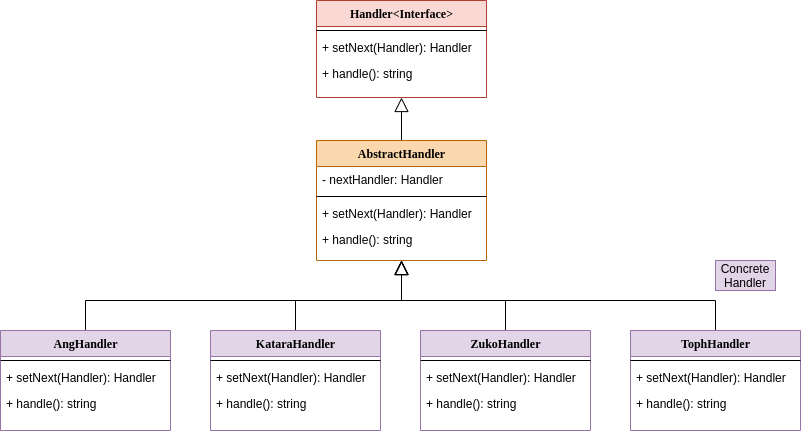
The draw.io diagram assets/behavioral/Chain.png in nicolaskruger/designPatterns, before a commit. Source tidied: cells renumbered, new cells last; positions are measured from the earlier drawing's top-left corner, leaving out a move shared by most shapes. Source of this version:
```xml
<mxGraphModel background="#ffffff">
  <root>
    <mxCell id="0" />
    <mxCell id="1" parent="0" />
    <mxCell id="2" style="edgeStyle=orthogonalEdgeStyle;rounded=0;jettySize=auto;html=1;exitX=0.5;exitY=1;exitDx=0;exitDy=0;entryX=0.5;entryY=0;entryDx=0;entryDy=0;startArrow=block;startFill=0;startSize=12;endArrow=none;endFill=0;" parent="1" edge="1" source="3" target="11">
      <mxGeometry relative="1" as="geometry" />
    </mxCell>
    <mxCell id="3" value="Handler&amp;lt;Interface&amp;gt;" style="swimlane;html=1;fontStyle=1;align=center;verticalAlign=top;horizontal=1;startSize=26;swimlaneFillColor=#ffffff;rounded=0;shadow=0;comic=0;labelBackgroundColor=none;strokeWidth=1;fillColor=#fad9d5;fontFamily=Verdana;fontSize=12;strokeColor=#ae4132;" parent="1" vertex="1">
      <mxGeometry x="316" width="170" height="97" as="geometry" />
    </mxCell>
    <mxCell id="4" style="line;html=1;strokeWidth=1;fillColor=none;align=left;verticalAlign=middle;spacingTop=-1;spacingLeft=3;spacingRight=3;labelPosition=right;" parent="3" vertex="1">
      <mxGeometry y="26" width="170" height="8" as="geometry" />
    </mxCell>
    <mxCell id="5" value="+ setNext(Handler): Handler" style="text;html=1;strokeColor=none;fillColor=none;align=left;verticalAlign=top;spacingLeft=4;spacingRight=4;whiteSpace=wrap;overflow=hidden;" parent="3" vertex="1">
      <mxGeometry y="34" width="170" height="26" as="geometry" />
    </mxCell>
    <mxCell id="6" value="+ handle(): string" style="text;html=1;strokeColor=none;fillColor=none;align=left;verticalAlign=top;spacingLeft=4;spacingRight=4;whiteSpace=wrap;overflow=hidden;" parent="3" vertex="1">
      <mxGeometry y="60" width="170" height="26" as="geometry" />
    </mxCell>
    <mxCell id="7" style="edgeStyle=orthogonalEdgeStyle;rounded=0;jettySize=auto;html=1;exitX=0.5;exitY=1;exitDx=0;exitDy=0;startArrow=block;startFill=0;startSize=12;endArrow=none;endFill=0;" parent="1" edge="1" source="11" target="24">
      <mxGeometry relative="1" as="geometry" />
    </mxCell>
    <mxCell id="8" style="edgeStyle=orthogonalEdgeStyle;rounded=0;jettySize=auto;html=1;exitX=0.5;exitY=1;exitDx=0;exitDy=0;startArrow=block;startFill=0;startSize=12;endArrow=none;endFill=0;" parent="1" edge="1" source="11" target="28">
      <mxGeometry relative="1" as="geometry" />
    </mxCell>
    <mxCell id="9" style="edgeStyle=orthogonalEdgeStyle;rounded=0;jettySize=auto;html=1;exitX=0.5;exitY=1;exitDx=0;exitDy=0;startArrow=block;startFill=0;startSize=12;endArrow=none;endFill=0;" parent="1" edge="1" source="11" target="20">
      <mxGeometry relative="1" as="geometry" />
    </mxCell>
    <mxCell id="10" style="edgeStyle=orthogonalEdgeStyle;rounded=0;jettySize=auto;html=1;exitX=0.5;exitY=1;exitDx=0;exitDy=0;entryX=0.5;entryY=0;entryDx=0;entryDy=0;startArrow=block;startFill=0;startSize=12;endArrow=none;endFill=0;" parent="1" edge="1" source="11" target="16">
      <mxGeometry relative="1" as="geometry" />
    </mxCell>
    <mxCell id="11" value="AbstractHandler" style="swimlane;html=1;fontStyle=1;align=center;verticalAlign=top;horizontal=1;startSize=26;swimlaneFillColor=#ffffff;rounded=0;shadow=0;comic=0;labelBackgroundColor=none;strokeWidth=1;fillColor=#fad7ac;fontFamily=Verdana;fontSize=12;strokeColor=#b46504;" parent="1" vertex="1">
      <mxGeometry x="316" y="140" width="170" height="120" as="geometry" />
    </mxCell>
    <mxCell id="12" value="- nextHandler: Handler" style="text;html=1;strokeColor=none;fillColor=none;align=left;verticalAlign=top;spacingLeft=4;spacingRight=4;whiteSpace=wrap;overflow=hidden;" parent="11" vertex="1">
      <mxGeometry y="26" width="170" height="26" as="geometry" />
    </mxCell>
    <mxCell id="13" style="line;html=1;strokeWidth=1;fillColor=none;align=left;verticalAlign=middle;spacingTop=-1;spacingLeft=3;spacingRight=3;labelPosition=right;" parent="11" vertex="1">
      <mxGeometry y="52" width="170" height="8" as="geometry" />
    </mxCell>
    <mxCell id="14" value="+ setNext(Handler): Handler" style="text;html=1;strokeColor=none;fillColor=none;align=left;verticalAlign=top;spacingLeft=4;spacingRight=4;whiteSpace=wrap;overflow=hidden;" parent="11" vertex="1">
      <mxGeometry y="60" width="170" height="26" as="geometry" />
    </mxCell>
    <mxCell id="15" value="+ handle(): string" style="text;html=1;strokeColor=none;fillColor=none;align=left;verticalAlign=top;spacingLeft=4;spacingRight=4;whiteSpace=wrap;overflow=hidden;" parent="11" vertex="1">
      <mxGeometry y="86" width="170" height="26" as="geometry" />
    </mxCell>
    <mxCell id="16" value="AngHandler" style="swimlane;html=1;fontStyle=1;align=center;verticalAlign=top;horizontal=1;startSize=26;swimlaneFillColor=#ffffff;rounded=0;shadow=0;comic=0;labelBackgroundColor=none;strokeWidth=1;fontFamily=Verdana;fontSize=12;fillColor=#e1d5e7;strokeColor=#9673a6;" parent="1" vertex="1">
      <mxGeometry y="330" width="170" height="100" as="geometry" />
    </mxCell>
    <mxCell id="17" style="line;html=1;strokeWidth=1;fillColor=none;align=left;verticalAlign=middle;spacingTop=-1;spacingLeft=3;spacingRight=3;labelPosition=right;" parent="16" vertex="1">
      <mxGeometry y="26" width="170" height="8" as="geometry" />
    </mxCell>
    <mxCell id="18" value="+ setNext(Handler): Handler" style="text;html=1;strokeColor=none;fillColor=none;align=left;verticalAlign=top;spacingLeft=4;spacingRight=4;whiteSpace=wrap;overflow=hidden;" parent="16" vertex="1">
      <mxGeometry y="34" width="170" height="26" as="geometry" />
    </mxCell>
    <mxCell id="19" value="+ handle(): string" style="text;html=1;strokeColor=none;fillColor=none;align=left;verticalAlign=top;spacingLeft=4;spacingRight=4;whiteSpace=wrap;overflow=hidden;" parent="16" vertex="1">
      <mxGeometry y="60" width="170" height="26" as="geometry" />
    </mxCell>
    <mxCell id="20" value="KataraHandler" style="swimlane;html=1;fontStyle=1;align=center;verticalAlign=top;horizontal=1;startSize=26;swimlaneFillColor=#ffffff;rounded=0;shadow=0;comic=0;labelBackgroundColor=none;strokeWidth=1;fillColor=#e1d5e7;fontFamily=Verdana;fontSize=12;strokeColor=#9673a6;" parent="1" vertex="1">
      <mxGeometry x="210" y="330" width="170" height="100" as="geometry" />
    </mxCell>
    <mxCell id="21" style="line;html=1;strokeWidth=1;fillColor=none;align=left;verticalAlign=middle;spacingTop=-1;spacingLeft=3;spacingRight=3;labelPosition=right;" parent="20" vertex="1">
      <mxGeometry y="26" width="170" height="8" as="geometry" />
    </mxCell>
    <mxCell id="22" value="+ setNext(Handler): Handler" style="text;html=1;strokeColor=none;fillColor=none;align=left;verticalAlign=top;spacingLeft=4;spacingRight=4;whiteSpace=wrap;overflow=hidden;" parent="20" vertex="1">
      <mxGeometry y="34" width="170" height="26" as="geometry" />
    </mxCell>
    <mxCell id="23" value="+ handle(): string" style="text;html=1;strokeColor=none;fillColor=none;align=left;verticalAlign=top;spacingLeft=4;spacingRight=4;whiteSpace=wrap;overflow=hidden;" parent="20" vertex="1">
      <mxGeometry y="60" width="170" height="26" as="geometry" />
    </mxCell>
    <mxCell id="24" value="ZukoHandler" style="swimlane;html=1;fontStyle=1;align=center;verticalAlign=top;horizontal=1;startSize=26;swimlaneFillColor=#ffffff;rounded=0;shadow=0;comic=0;labelBackgroundColor=none;strokeWidth=1;fillColor=#e1d5e7;fontFamily=Verdana;fontSize=12;strokeColor=#9673a6;" parent="1" vertex="1">
      <mxGeometry x="420" y="330" width="170" height="100" as="geometry" />
    </mxCell>
    <mxCell id="25" style="line;html=1;strokeWidth=1;fillColor=none;align=left;verticalAlign=middle;spacingTop=-1;spacingLeft=3;spacingRight=3;labelPosition=right;" parent="24" vertex="1">
      <mxGeometry y="26" width="170" height="8" as="geometry" />
    </mxCell>
    <mxCell id="26" value="+ setNext(Handler): Handler" style="text;html=1;strokeColor=none;fillColor=none;align=left;verticalAlign=top;spacingLeft=4;spacingRight=4;whiteSpace=wrap;overflow=hidden;" parent="24" vertex="1">
      <mxGeometry y="34" width="170" height="26" as="geometry" />
    </mxCell>
    <mxCell id="27" value="+ handle(): string" style="text;html=1;strokeColor=none;fillColor=none;align=left;verticalAlign=top;spacingLeft=4;spacingRight=4;whiteSpace=wrap;overflow=hidden;" parent="24" vertex="1">
      <mxGeometry y="60" width="170" height="26" as="geometry" />
    </mxCell>
    <mxCell id="28" value="TophHandler" style="swimlane;html=1;fontStyle=1;align=center;verticalAlign=top;horizontal=1;startSize=26;swimlaneFillColor=#ffffff;rounded=0;shadow=0;comic=0;labelBackgroundColor=none;strokeWidth=1;fillColor=#e1d5e7;fontFamily=Verdana;fontSize=12;strokeColor=#9673a6;" parent="1" vertex="1">
      <mxGeometry x="630" y="330" width="170" height="100" as="geometry" />
    </mxCell>
    <mxCell id="29" style="line;html=1;strokeWidth=1;fillColor=none;align=left;verticalAlign=middle;spacingTop=-1;spacingLeft=3;spacingRight=3;labelPosition=right;" parent="28" vertex="1">
      <mxGeometry y="26" width="170" height="8" as="geometry" />
    </mxCell>
    <mxCell id="30" value="+ setNext(Handler): Handler" style="text;html=1;strokeColor=none;fillColor=none;align=left;verticalAlign=top;spacingLeft=4;spacingRight=4;whiteSpace=wrap;overflow=hidden;" parent="28" vertex="1">
      <mxGeometry y="34" width="170" height="26" as="geometry" />
    </mxCell>
    <mxCell id="31" value="+ handle(): string" style="text;html=1;strokeColor=none;fillColor=none;align=left;verticalAlign=top;spacingLeft=4;spacingRight=4;whiteSpace=wrap;overflow=hidden;" parent="28" vertex="1">
      <mxGeometry y="60" width="170" height="26" as="geometry" />
    </mxCell>
    <mxCell id="32" value="Concrete Handler" style="text;html=1;strokeColor=#9673a6;fillColor=#e1d5e7;align=center;verticalAlign=middle;whiteSpace=wrap;rounded=0;" parent="1" vertex="1">
      <mxGeometry x="715" y="260" width="60" height="30" as="geometry" />
    </mxCell>
  </root>
</mxGraphModel>
```
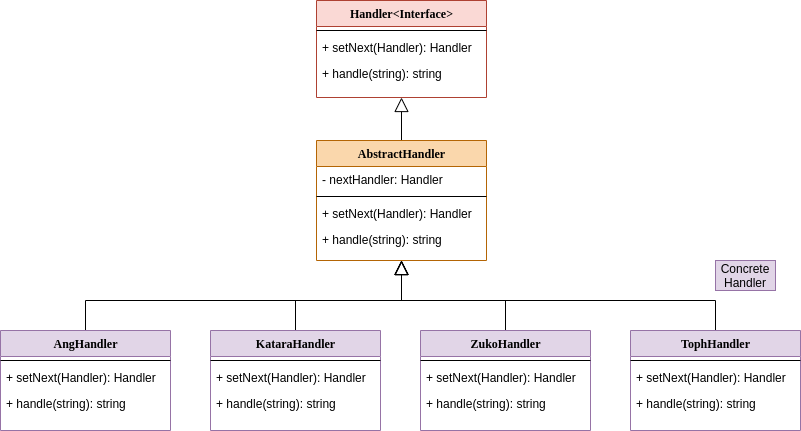
After the commit.

Diff of the diagram source:
```diff
@@ -14,7 +14,7 @@
     <mxCell id="5" value="+ setNext(Handler): Handler" style="text;html=1;strokeColor=none;fillColor=none;align=left;verticalAlign=top;spacingLeft=4;spacingRight=4;whiteSpace=wrap;overflow=hidden;" parent="3" vertex="1">
       <mxGeometry y="34" width="170" height="26" as="geometry" />
     </mxCell>
-    <mxCell id="6" value="+ handle(): string" style="text;html=1;strokeColor=none;fillColor=none;align=left;verticalAlign=top;spacingLeft=4;spacingRight=4;whiteSpace=wrap;overflow=hidden;" parent="3" vertex="1">
+    <mxCell id="6" value="+ handle(string): string" style="text;html=1;strokeColor=none;fillColor=none;align=left;verticalAlign=top;spacingLeft=4;spacingRight=4;whiteSpace=wrap;overflow=hidden;" parent="3" vertex="1">
       <mxGeometry y="60" width="170" height="26" as="geometry" />
     </mxCell>
     <mxCell id="7" style="edgeStyle=orthogonalEdgeStyle;rounded=0;jettySize=auto;html=1;exitX=0.5;exitY=1;exitDx=0;exitDy=0;startArrow=block;startFill=0;startSize=12;endArrow=none;endFill=0;" parent="1" edge="1" source="11" target="24">
@@ -41,7 +41,7 @@
     <mxCell id="14" value="+ setNext(Handler): Handler" style="text;html=1;strokeColor=none;fillColor=none;align=left;verticalAlign=top;spacingLeft=4;spacingRight=4;whiteSpace=wrap;overflow=hidden;" parent="11" vertex="1">
       <mxGeometry y="60" width="170" height="26" as="geometry" />
     </mxCell>
-    <mxCell id="15" value="+ handle(): string" style="text;html=1;strokeColor=none;fillColor=none;align=left;verticalAlign=top;spacingLeft=4;spacingRight=4;whiteSpace=wrap;overflow=hidden;" parent="11" vertex="1">
+    <mxCell id="15" value="+ handle(string): string" style="text;html=1;strokeColor=none;fillColor=none;align=left;verticalAlign=top;spacingLeft=4;spacingRight=4;whiteSpace=wrap;overflow=hidden;" parent="11" vertex="1">
       <mxGeometry y="86" width="170" height="26" as="geometry" />
     </mxCell>
     <mxCell id="16" value="AngHandler" style="swimlane;html=1;fontStyle=1;align=center;verticalAlign=top;horizontal=1;startSize=26;swimlaneFillColor=#ffffff;rounded=0;shadow=0;comic=0;labelBackgroundColor=none;strokeWidth=1;fontFamily=Verdana;fontSize=12;fillColor=#e1d5e7;strokeColor=#9673a6;" parent="1" vertex="1">
@@ -53,7 +53,7 @@
     <mxCell id="18" value="+ setNext(Handler): Handler" style="text;html=1;strokeColor=none;fillColor=none;align=left;verticalAlign=top;spacingLeft=4;spacingRight=4;whiteSpace=wrap;overflow=hidden;" parent="16" vertex="1">
       <mxGeometry y="34" width="170" height="26" as="geometry" />
     </mxCell>
-    <mxCell id="19" value="+ handle(): string" style="text;html=1;strokeColor=none;fillColor=none;align=left;verticalAlign=top;spacingLeft=4;spacingRight=4;whiteSpace=wrap;overflow=hidden;" parent="16" vertex="1">
+    <mxCell id="19" value="+ handle(string): string" style="text;html=1;strokeColor=none;fillColor=none;align=left;verticalAlign=top;spacingLeft=4;spacingRight=4;whiteSpace=wrap;overflow=hidden;" parent="16" vertex="1">
       <mxGeometry y="60" width="170" height="26" as="geometry" />
     </mxCell>
     <mxCell id="20" value="KataraHandler" style="swimlane;html=1;fontStyle=1;align=center;verticalAlign=top;horizontal=1;startSize=26;swimlaneFillColor=#ffffff;rounded=0;shadow=0;comic=0;labelBackgroundColor=none;strokeWidth=1;fillColor=#e1d5e7;fontFamily=Verdana;fontSize=12;strokeColor=#9673a6;" parent="1" vertex="1">
@@ -65,7 +65,7 @@
     <mxCell id="22" value="+ setNext(Handler): Handler" style="text;html=1;strokeColor=none;fillColor=none;align=left;verticalAlign=top;spacingLeft=4;spacingRight=4;whiteSpace=wrap;overflow=hidden;" parent="20" vertex="1">
       <mxGeometry y="34" width="170" height="26" as="geometry" />
     </mxCell>
-    <mxCell id="23" value="+ handle(): string" style="text;html=1;strokeColor=none;fillColor=none;align=left;verticalAlign=top;spacingLeft=4;spacingRight=4;whiteSpace=wrap;overflow=hidden;" parent="20" vertex="1">
+    <mxCell id="23" value="+ handle(string): string" style="text;html=1;strokeColor=none;fillColor=none;align=left;verticalAlign=top;spacingLeft=4;spacingRight=4;whiteSpace=wrap;overflow=hidden;" parent="20" vertex="1">
       <mxGeometry y="60" width="170" height="26" as="geometry" />
     </mxCell>
     <mxCell id="24" value="ZukoHandler" style="swimlane;html=1;fontStyle=1;align=center;verticalAlign=top;horizontal=1;startSize=26;swimlaneFillColor=#ffffff;rounded=0;shadow=0;comic=0;labelBackgroundColor=none;strokeWidth=1;fillColor=#e1d5e7;fontFamily=Verdana;fontSize=12;strokeColor=#9673a6;" parent="1" vertex="1">
@@ -77,7 +77,7 @@
     <mxCell id="26" value="+ setNext(Handler): Handler" style="text;html=1;strokeColor=none;fillColor=none;align=left;verticalAlign=top;spacingLeft=4;spacingRight=4;whiteSpace=wrap;overflow=hidden;" parent="24" vertex="1">
       <mxGeometry y="34" width="170" height="26" as="geometry" />
     </mxCell>
-    <mxCell id="27" value="+ handle(): string" style="text;html=1;strokeColor=none;fillColor=none;align=left;verticalAlign=top;spacingLeft=4;spacingRight=4;whiteSpace=wrap;overflow=hidden;" parent="24" vertex="1">
+    <mxCell id="27" value="+ handle(string): string" style="text;html=1;strokeColor=none;fillColor=none;align=left;verticalAlign=top;spacingLeft=4;spacingRight=4;whiteSpace=wrap;overflow=hidden;" parent="24" vertex="1">
       <mxGeometry y="60" width="170" height="26" as="geometry" />
     </mxCell>
     <mxCell id="28" value="TophHandler" style="swimlane;html=1;fontStyle=1;align=center;verticalAlign=top;horizontal=1;startSize=26;swimlaneFillColor=#ffffff;rounded=0;shadow=0;comic=0;labelBackgroundColor=none;strokeWidth=1;fillColor=#e1d5e7;fontFamily=Verdana;fontSize=12;strokeColor=#9673a6;" parent="1" vertex="1">
@@ -89,7 +89,7 @@
     <mxCell id="30" value="+ setNext(Handler): Handler" style="text;html=1;strokeColor=none;fillColor=none;align=left;verticalAlign=top;spacingLeft=4;spacingRight=4;whiteSpace=wrap;overflow=hidden;" parent="28" vertex="1">
       <mxGeometry y="34" width="170" height="26" as="geometry" />
     </mxCell>
-    <mxCell id="31" value="+ handle(): string" style="text;html=1;strokeColor=none;fillColor=none;align=left;verticalAlign=top;spacingLeft=4;spacingRight=4;whiteSpace=wrap;overflow=hidden;" parent="28" vertex="1">
+    <mxCell id="31" value="+ handle(string): string" style="text;html=1;strokeColor=none;fillColor=none;align=left;verticalAlign=top;spacingLeft=4;spacingRight=4;whiteSpace=wrap;overflow=hidden;" parent="28" vertex="1">
       <mxGeometry y="60" width="170" height="26" as="geometry" />
     </mxCell>
     <mxCell id="32" value="Concrete Handler" style="text;html=1;strokeColor=#9673a6;fillColor=#e1d5e7;align=center;verticalAlign=middle;whiteSpace=wrap;rounded=0;" parent="1" vertex="1">
```
